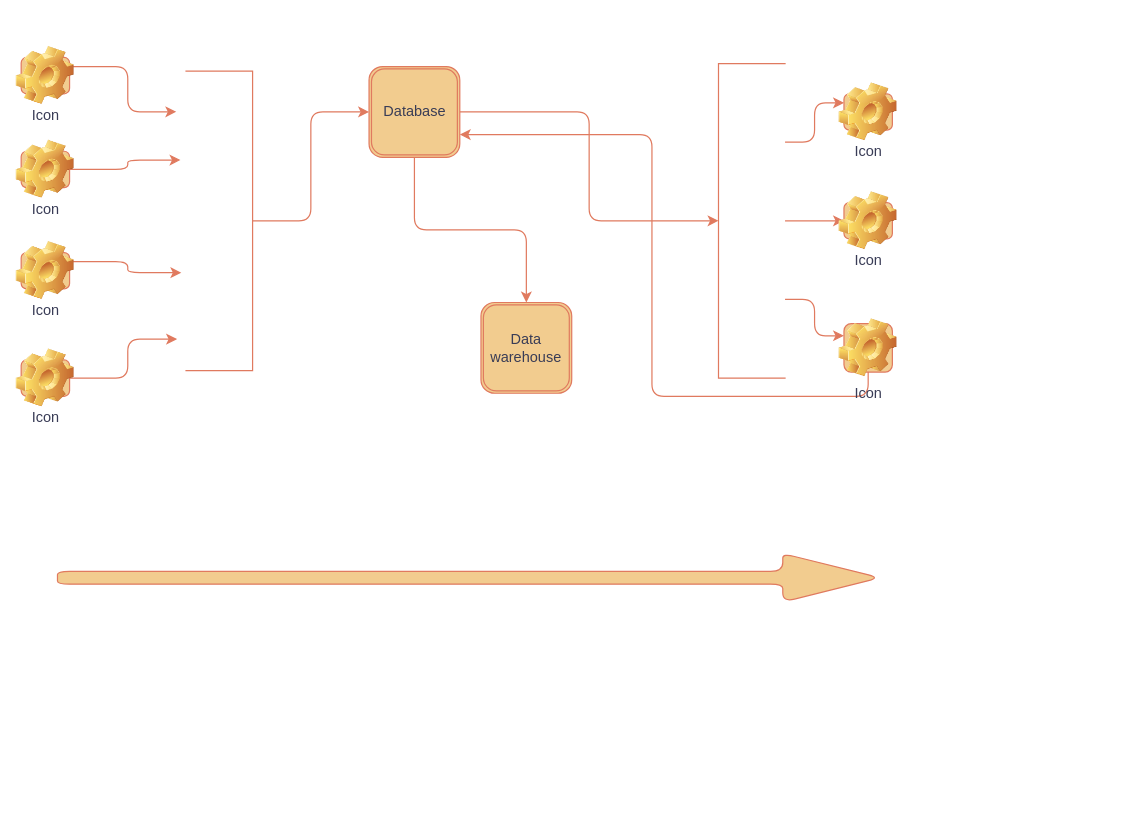
Above: Untitled Diagram.drawio in ANIEKWECHIDERA/RANDS (draw.io), before the change. Source tidied: cells renumbered, new cells numbered last; positions are measured from the earlier drawing's top-left corner, leaving out a move shared by most shapes. Both pictures are drawn from the tidied source at 121%, with x=0, y=0 at pixel (21, 57).
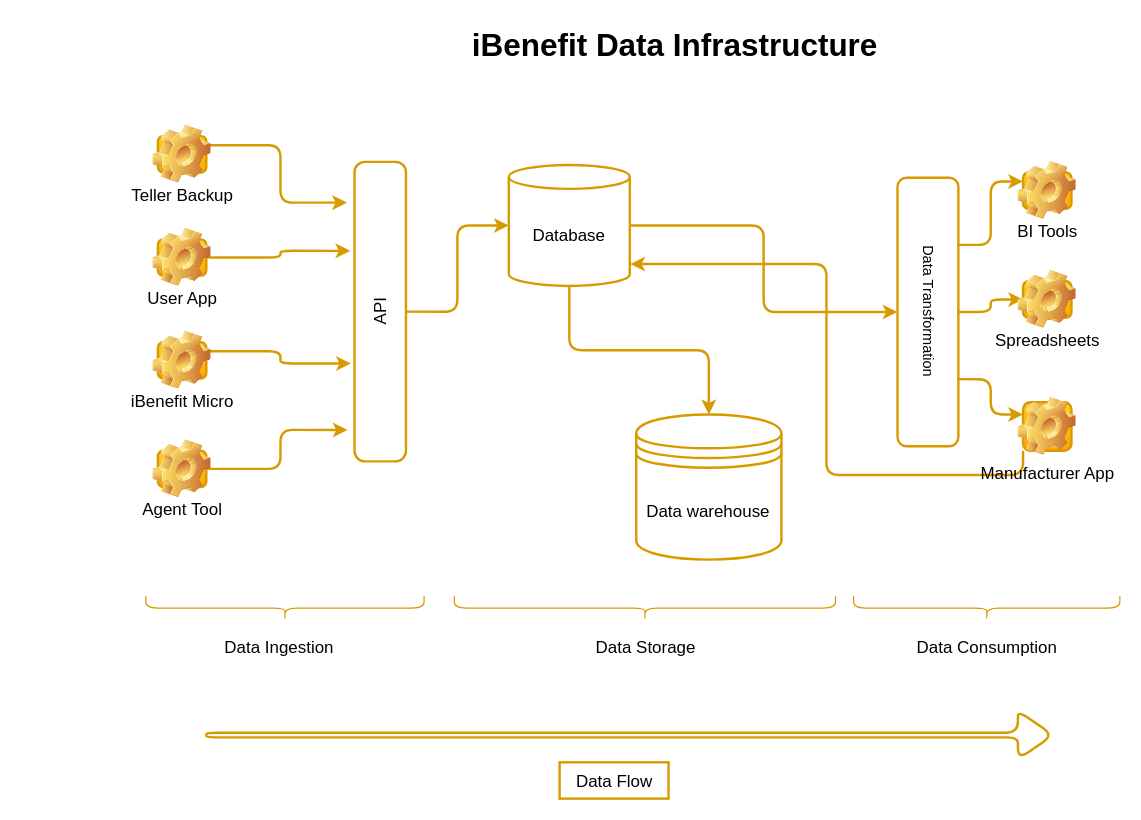
The same page after the edit.

What changed in the source:
```diff
@@
-    <mxCell id="2" style="edgeStyle=orthogonalEdgeStyle;rounded=1;jettySize=auto;html=1;exitX=0.5;exitY=1;exitDx=0;exitDy=0;entryX=0;entryY=0.5;entryDx=0;entryDy=0;labelBackgroundColor=none;strokeColor=#E07A5F;fontColor=default;" parent="1" edge="1" source="3" target="18">
+    <mxCell id="2" style="edgeStyle=orthogonalEdgeStyle;rounded=1;jettySize=auto;html=1;exitX=0.5;exitY=1;exitDx=0;exitDy=0;entryX=0;entryY=0.5;entryDx=0;entryDy=0;labelBackgroundColor=none;fontColor=default;fillColor=#ffcd28;strokeColor=#d79b00;labelBorderColor=none;gradientColor=#ffa500;shadow=0;strokeWidth=2;" parent="1" edge="1" source="3" target="18">
       <mxGeometry relative="1" as="geometry" />
     </mxCell>
-    <mxCell id="3" style="shape=partialRectangle;whiteSpace=wrap;html=1;bottom=1;right=1;left=1;top=0;fillColor=none;routingCenterX=-0.5;rotation=-90;rounded=1;labelBackgroundColor=none;strokeColor=#E07A5F;fontColor=#393C56;" parent="1" vertex="1">
-      <mxGeometry x="40" y="107.5" width="247.5" height="55" as="geometry" />
+    <mxCell id="3" value="&lt;font style=&quot;font-size: 14px;&quot;&gt;API&lt;/font&gt;" style="shape=label;whiteSpace=wrap;html=1;bottom=1;right=1;left=1;top=0;routingCenterX=-0.5;rotation=-90;rounded=1;labelBackgroundColor=none;fillColor=none;strokeColor=#d79b00;labelBorderColor=none;gradientColor=#ffa500;shadow=0;strokeWidth=2;arcSize=20;horizontal=1;" parent="1" vertex="1">
+      <mxGeometry x="173" y="188.8" width="247.5" height="42.5" as="geometry" />
     </mxCell>
-    <mxCell id="4" style="edgeStyle=orthogonalEdgeStyle;rounded=1;jettySize=auto;html=1;exitX=0.75;exitY=0;exitDx=0;exitDy=0;entryX=0;entryY=0.25;entryDx=0;entryDy=0;labelBackgroundColor=none;strokeColor=#E07A5F;fontColor=default;" parent="1" edge="1" source="7" target="22">
+    <mxCell id="4" style="edgeStyle=orthogonalEdgeStyle;rounded=1;jettySize=auto;html=1;exitX=0.75;exitY=0;exitDx=0;exitDy=0;entryX=0;entryY=0.25;entryDx=0;entryDy=0;labelBackgroundColor=none;fontColor=default;fillColor=#ffcd28;strokeColor=#d79b00;labelBorderColor=none;gradientColor=#ffa500;shadow=0;strokeWidth=2;" parent="1" edge="1" source="7" target="22">
       <mxGeometry relative="1" as="geometry" />
     </mxCell>
-    <mxCell id="5" style="edgeStyle=orthogonalEdgeStyle;rounded=1;jettySize=auto;html=1;exitX=0.5;exitY=0;exitDx=0;exitDy=0;entryX=0;entryY=0.5;entryDx=0;entryDy=0;labelBackgroundColor=none;strokeColor=#E07A5F;fontColor=default;" parent="1" edge="1" source="7" target="20">
+    <mxCell id="5" style="edgeStyle=orthogonalEdgeStyle;rounded=1;jettySize=auto;html=1;exitX=0.5;exitY=0;exitDx=0;exitDy=0;entryX=0;entryY=0.5;entryDx=0;entryDy=0;labelBackgroundColor=none;fontColor=default;fillColor=#ffcd28;strokeColor=#d79b00;labelBorderColor=none;gradientColor=#ffa500;shadow=0;strokeWidth=2;" parent="1" edge="1" source="7" target="20">
       <mxGeometry relative="1" as="geometry" />
     </mxCell>
-    <mxCell id="6" style="edgeStyle=orthogonalEdgeStyle;rounded=1;jettySize=auto;html=1;exitX=0.25;exitY=0;exitDx=0;exitDy=0;entryX=0;entryY=0.25;entryDx=0;entryDy=0;labelBackgroundColor=none;strokeColor=#E07A5F;fontColor=default;" parent="1" edge="1" source="7" target="19">
+    <mxCell id="6" style="edgeStyle=orthogonalEdgeStyle;rounded=1;jettySize=auto;html=1;exitX=0.25;exitY=0;exitDx=0;exitDy=0;entryX=0;entryY=0.25;entryDx=0;entryDy=0;labelBackgroundColor=none;fontColor=default;fillColor=#ffcd28;strokeColor=#d79b00;labelBorderColor=none;gradientColor=#ffa500;shadow=0;strokeWidth=2;" parent="1" edge="1" source="7" target="19">
       <mxGeometry relative="1" as="geometry" />
     </mxCell>
-    <mxCell id="7" style="shape=partialRectangle;whiteSpace=wrap;html=1;bottom=1;right=1;left=1;top=0;fillColor=none;routingCenterX=-0.5;rotation=90;rounded=1;labelBackgroundColor=none;strokeColor=#E07A5F;fontColor=#393C56;" parent="1" vertex="1">
-      <mxGeometry x="473.8" y="107.5" width="260" height="55" as="geometry" />
+    <mxCell id="7" value="&lt;p style=&quot;line-height: 120%;&quot;&gt;Data Transformation&lt;/p&gt;" style="shape=label;whiteSpace=wrap;html=1;bottom=1;right=1;left=1;top=0;routingCenterX=-0.5;rotation=90;rounded=1;labelBackgroundColor=none;fillColor=none;strokeColor=#d79b00;labelBorderColor=none;gradientColor=#ffa500;shadow=0;strokeWidth=2;fontColor=default;textDirection=rtl;labelPosition=center;verticalLabelPosition=middle;align=center;verticalAlign=middle;horizontal=1;flipV=1;flipH=0;" parent="1" vertex="1">
+      <mxGeometry x="638.4" y="185.2" width="222" height="50.3" as="geometry" />
     </mxCell>
-    <mxCell id="8" style="edgeStyle=orthogonalEdgeStyle;rounded=1;jettySize=auto;html=1;exitX=1;exitY=0.25;exitDx=0;exitDy=0;entryX=0.864;entryY=-0.147;entryDx=0;entryDy=0;entryPerimeter=0;labelBackgroundColor=none;strokeColor=#E07A5F;fontColor=default;" parent="1" edge="1" source="9" target="3">
+    <mxCell id="8" style="edgeStyle=orthogonalEdgeStyle;rounded=1;jettySize=auto;html=1;exitX=1;exitY=0.25;exitDx=0;exitDy=0;entryX=0.864;entryY=-0.147;entryDx=0;entryDy=0;entryPerimeter=0;labelBackgroundColor=none;fontColor=default;fillColor=#ffcd28;strokeColor=#d79b00;labelBorderColor=none;gradientColor=#ffa500;shadow=0;strokeWidth=2;" parent="1" edge="1" source="9" target="3">
       <mxGeometry relative="1" as="geometry" />
     </mxCell>
-    <mxCell id="9" value="Icon" style="icon;html=1;image=img/clipart/Gear_128x128.png;labelBackgroundColor=none;fillColor=#F2CC8F;strokeColor=#E07A5F;fontColor=#393C56;" parent="1" vertex="1">
-      <mxGeometry width="40" height="30" as="geometry" />
+    <mxCell id="9" value="&lt;font style=&quot;font-size: 14px;&quot;&gt;Teller Backup&lt;/font&gt;" style="icon;html=1;image=img/clipart/Gear_128x128.png;labelBackgroundColor=none;fillColor=#ffcd28;strokeColor=#d79b00;labelBorderColor=none;gradientColor=#ffa500;shadow=0;strokeWidth=2;" parent="1" vertex="1">
+      <mxGeometry x="113" y="65" width="40" height="30" as="geometry" />
     </mxCell>
-    <mxCell id="10" style="edgeStyle=orthogonalEdgeStyle;rounded=1;jettySize=auto;html=1;exitX=1;exitY=0.5;exitDx=0;exitDy=0;entryX=0.703;entryY=-0.084;entryDx=0;entryDy=0;entryPerimeter=0;labelBackgroundColor=none;strokeColor=#E07A5F;fontColor=default;" parent="1" edge="1" source="11" target="3">
+    <mxCell id="10" style="edgeStyle=orthogonalEdgeStyle;rounded=1;jettySize=auto;html=1;exitX=1;exitY=0.5;exitDx=0;exitDy=0;entryX=0.703;entryY=-0.084;entryDx=0;entryDy=0;entryPerimeter=0;labelBackgroundColor=none;fontColor=default;fillColor=#ffcd28;strokeColor=#d79b00;labelBorderColor=none;gradientColor=#ffa500;shadow=0;strokeWidth=2;" parent="1" edge="1" source="11" target="3">
       <mxGeometry relative="1" as="geometry" />
     </mxCell>
-    <mxCell id="11" value="Icon" style="icon;html=1;image=img/clipart/Gear_128x128.png;labelBackgroundColor=none;fillColor=#F2CC8F;strokeColor=#E07A5F;fontColor=#393C56;" parent="1" vertex="1">
-      <mxGeometry y="77.5" width="40" height="30" as="geometry" />
+    <mxCell id="11" value="&lt;font style=&quot;font-size: 14px;&quot;&gt;User App&lt;/font&gt;" style="icon;html=1;image=img/clipart/Gear_128x128.png;labelBackgroundColor=none;fillColor=#ffcd28;strokeColor=#d79b00;labelBorderColor=none;gradientColor=#ffa500;shadow=0;strokeWidth=2;" parent="1" vertex="1">
+      <mxGeometry x="113" y="150.3" width="40" height="30" as="geometry" />
     </mxCell>
-    <mxCell id="12" style="edgeStyle=orthogonalEdgeStyle;rounded=1;jettySize=auto;html=1;exitX=1;exitY=0.25;exitDx=0;exitDy=0;entryX=0.327;entryY=-0.071;entryDx=0;entryDy=0;entryPerimeter=0;labelBackgroundColor=none;strokeColor=#E07A5F;fontColor=default;" parent="1" edge="1" source="13" target="3">
+    <mxCell id="12" style="edgeStyle=orthogonalEdgeStyle;rounded=1;jettySize=auto;html=1;exitX=1;exitY=0.25;exitDx=0;exitDy=0;entryX=0.327;entryY=-0.071;entryDx=0;entryDy=0;entryPerimeter=0;labelBackgroundColor=none;fontColor=default;fillColor=#ffcd28;strokeColor=#d79b00;labelBorderColor=none;gradientColor=#ffa500;shadow=0;strokeWidth=2;" parent="1" edge="1" source="13" target="3">
       <mxGeometry relative="1" as="geometry" />
     </mxCell>
-    <mxCell id="13" value="Icon" style="icon;html=1;image=img/clipart/Gear_128x128.png;labelBackgroundColor=none;fillColor=#F2CC8F;strokeColor=#E07A5F;fontColor=#393C56;" parent="1" vertex="1">
-      <mxGeometry y="161.2" width="40" height="30" as="geometry" />
+    <mxCell id="13" value="&lt;font style=&quot;font-size: 14px;&quot;&gt;iBenefit Micro&lt;/font&gt;" style="icon;html=1;image=img/clipart/Gear_128x128.png;labelBackgroundColor=none;fillColor=#ffcd28;strokeColor=#d79b00;labelBorderColor=none;gradientColor=#ffa500;shadow=0;strokeWidth=2;" parent="1" vertex="1">
+      <mxGeometry x="113" y="235.3" width="40" height="30" as="geometry" />
     </mxCell>
-    <mxCell id="14" style="edgeStyle=orthogonalEdgeStyle;rounded=1;jettySize=auto;html=1;exitX=1;exitY=0.5;exitDx=0;exitDy=0;entryX=0.105;entryY=-0.135;entryDx=0;entryDy=0;entryPerimeter=0;labelBackgroundColor=none;strokeColor=#E07A5F;fontColor=default;" parent="1" edge="1" source="15" target="3">
+    <mxCell id="14" style="edgeStyle=orthogonalEdgeStyle;rounded=1;jettySize=auto;html=1;exitX=1;exitY=0.5;exitDx=0;exitDy=0;entryX=0.105;entryY=-0.135;entryDx=0;entryDy=0;entryPerimeter=0;labelBackgroundColor=none;fontColor=default;fillColor=#ffcd28;strokeColor=#d79b00;labelBorderColor=none;gradientColor=#ffa500;shadow=0;strokeWidth=2;" parent="1" edge="1" source="15" target="3">
       <mxGeometry relative="1" as="geometry" />
     </mxCell>
-    <mxCell id="15" value="Icon" style="icon;html=1;image=img/clipart/Gear_128x128.png;labelBackgroundColor=none;fillColor=#F2CC8F;strokeColor=#E07A5F;fontColor=#393C56;" parent="1" vertex="1">
-      <mxGeometry y="250" width="40" height="30" as="geometry" />
+    <mxCell id="15" value="&lt;font style=&quot;font-size: 14px;&quot;&gt;Agent Tool&lt;/font&gt;" style="icon;html=1;image=img/clipart/Gear_128x128.png;labelBackgroundColor=none;fillColor=#ffcd28;strokeColor=#d79b00;labelBorderColor=none;gradientColor=#ffa500;shadow=0;strokeWidth=2;" parent="1" vertex="1">
+      <mxGeometry x="113" y="325" width="40" height="30" as="geometry" />
     </mxCell>
-    <mxCell id="16" style="edgeStyle=orthogonalEdgeStyle;rounded=1;jettySize=auto;html=1;exitX=1;exitY=0.5;exitDx=0;exitDy=0;entryX=0.5;entryY=1;entryDx=0;entryDy=0;labelBackgroundColor=none;strokeColor=#E07A5F;fontColor=default;" parent="1" edge="1" source="18" target="7">
+    <mxCell id="16" style="edgeStyle=orthogonalEdgeStyle;rounded=1;jettySize=auto;html=1;exitX=1;exitY=0.5;exitDx=0;exitDy=0;entryX=0.5;entryY=1;entryDx=0;entryDy=0;labelBackgroundColor=none;fontColor=default;fillColor=#ffcd28;strokeColor=#d79b00;labelBorderColor=none;gradientColor=#ffa500;shadow=0;strokeWidth=2;" parent="1" edge="1" source="18" target="7">
       <mxGeometry relative="1" as="geometry" />
     </mxCell>
-    <mxCell id="17" style="edgeStyle=orthogonalEdgeStyle;rounded=1;jettySize=auto;html=1;exitX=0.5;exitY=1;exitDx=0;exitDy=0;entryX=0.5;entryY=0;entryDx=0;entryDy=0;labelBackgroundColor=none;strokeColor=#E07A5F;fontColor=default;" parent="1" edge="1" source="18" target="23">
+    <mxCell id="17" style="edgeStyle=orthogonalEdgeStyle;rounded=1;jettySize=auto;html=1;exitX=0.5;exitY=1;exitDx=0;exitDy=0;entryX=0.5;entryY=0;entryDx=0;entryDy=0;labelBackgroundColor=none;fontColor=default;fillColor=#ffcd28;strokeColor=#d79b00;labelBorderColor=none;gradientColor=#ffa500;shadow=0;strokeWidth=2;" parent="1" edge="1" source="18" target="23">
       <mxGeometry relative="1" as="geometry" />
     </mxCell>
-    <mxCell id="18" value="Database" style="shape=ext;double=1;whiteSpace=wrap;html=1;rounded=1;labelBackgroundColor=none;fillColor=#F2CC8F;strokeColor=#E07A5F;fontColor=#393C56;" parent="1" vertex="1">
-      <mxGeometry x="287.5" y="7.5" width="75" height="75" as="geometry" />
+    <mxCell id="18" value="&lt;font style=&quot;font-size: 14px;&quot;&gt;Database&lt;/font&gt;" style="shape=cylinder3;double=1;whiteSpace=wrap;html=1;rounded=1;labelBackgroundColor=none;arcSize=7;boundedLbl=1;backgroundOutline=1;size=9.900009155273438;fillColor=none;strokeColor=#d79b00;labelBorderColor=none;gradientColor=#ffa500;shadow=0;strokeWidth=2;" parent="1" vertex="1">
+      <mxGeometry x="403" y="88.8" width="100" height="100" as="geometry" />
     </mxCell>
-    <mxCell id="19" value="Icon" style="icon;html=1;image=img/clipart/Gear_128x128.png;labelBackgroundColor=none;fillColor=#F2CC8F;strokeColor=#E07A5F;fontColor=#393C56;" parent="1" vertex="1">
-      <mxGeometry x="680" y="30" width="40" height="30" as="geometry" />
+    <mxCell id="19" value="&lt;font style=&quot;font-size: 14px;&quot;&gt;BI Tools&lt;/font&gt;" style="icon;html=1;image=img/clipart/Gear_128x128.png;labelBackgroundColor=none;fillColor=#ffcd28;strokeColor=#d79b00;labelBorderColor=none;gradientColor=#ffa500;shadow=0;strokeWidth=2;" parent="1" vertex="1">
+      <mxGeometry x="828" y="95" width="40" height="30" as="geometry" />
     </mxCell>
-    <mxCell id="20" value="Icon" style="icon;html=1;image=img/clipart/Gear_128x128.png;labelBackgroundColor=none;fillColor=#F2CC8F;strokeColor=#E07A5F;fontColor=#393C56;" parent="1" vertex="1">
-      <mxGeometry x="680" y="120" width="40" height="30" as="geometry" />
+    <mxCell id="20" value="&lt;font style=&quot;font-size: 14px;&quot;&gt;Spreadsheets&lt;/font&gt;" style="icon;html=1;image=img/clipart/Gear_128x128.png;labelBackgroundColor=none;fillColor=#ffcd28;strokeColor=#d79b00;labelBorderColor=none;gradientColor=#ffa500;shadow=0;strokeWidth=2;" parent="1" vertex="1">
+      <mxGeometry x="828" y="185" width="40" height="30" as="geometry" />
     </mxCell>
-    <mxCell id="21" style="edgeStyle=orthogonalEdgeStyle;rounded=1;jettySize=auto;html=1;exitX=0.5;exitY=1;exitDx=0;exitDy=0;entryX=1;entryY=0.75;entryDx=0;entryDy=0;labelBackgroundColor=none;strokeColor=#E07A5F;fontColor=default;" parent="1" edge="1" source="22" target="18">
+    <mxCell id="21" style="edgeStyle=orthogonalEdgeStyle;rounded=1;jettySize=auto;html=1;exitX=0;exitY=1;exitDx=0;exitDy=0;entryX=1.004;entryY=0.819;entryDx=0;entryDy=0;entryPerimeter=0;fillColor=#ffe6cc;strokeColor=#d79b00;strokeWidth=2;" parent="1" edge="1" source="22" target="18">
       <mxGeometry relative="1" as="geometry" />
     </mxCell>
-    <mxCell id="22" value="Icon" style="icon;html=1;image=img/clipart/Gear_128x128.png;labelBackgroundColor=none;fillColor=#F2CC8F;strokeColor=#E07A5F;fontColor=#393C56;" parent="1" vertex="1">
-      <mxGeometry x="680" y="220" width="40" height="40" as="geometry" />
+    <mxCell id="22" value="&lt;font style=&quot;font-size: 14px;&quot;&gt;Manufacturer App&lt;/font&gt;" style="icon;html=1;image=img/clipart/Gear_128x128.png;labelBackgroundColor=none;fillColor=#ffcd28;strokeColor=#d79b00;labelBorderColor=none;gradientColor=#ffa500;shadow=0;strokeWidth=2;" parent="1" vertex="1">
+      <mxGeometry x="828" y="285" width="40" height="40" as="geometry" />
     </mxCell>
-    <mxCell id="23" value="Data warehouse" style="shape=ext;double=1;whiteSpace=wrap;html=1;rounded=1;labelBackgroundColor=none;fillColor=#F2CC8F;strokeColor=#E07A5F;fontColor=#393C56;" parent="1" vertex="1">
-      <mxGeometry x="380" y="202.5" width="75" height="75" as="geometry" />
+    <mxCell id="23" value="&lt;font style=&quot;font-size: 14px;&quot;&gt;Data warehouse&lt;/font&gt;" style="shape=datastore;double=1;whiteSpace=wrap;html=1;rounded=1;labelBackgroundColor=none;arcSize=9;fillStyle=auto;boundedLbl=1;backgroundOutline=1;size=15;fillColor=none;strokeColor=#d79b00;labelBorderColor=none;gradientColor=#ffa500;shadow=0;strokeWidth=2;" parent="1" vertex="1">
+      <mxGeometry x="508.3" y="295" width="120" height="120" as="geometry" />
     </mxCell>
-    <mxCell id="24" style="shape=singleArrow;whiteSpace=wrap;html=1;arrowWidth=0.2642830984932914;arrowSize=0.11848734366793595;rounded=1;labelBackgroundColor=none;fillColor=#F2CC8F;strokeColor=#E07A5F;fontColor=#393C56;" parent="1" vertex="1">
-      <mxGeometry x="30" y="410" width="680" height="40" as="geometry" />
+    <mxCell id="24" style="shape=singleArrow;whiteSpace=wrap;html=1;arrowWidth=0.09519882202148437;arrowSize=0.04178327287946428;rounded=1;labelBackgroundColor=none;fillColor=default;strokeColor=#d79b00;labelBorderColor=none;gradientColor=none;shadow=0;strokeWidth=2;horizontal=1;" parent="1" vertex="1">
+      <mxGeometry x="153" y="540" width="700" height="40" as="geometry" />
     </mxCell>
+    <mxCell id="25" value="&lt;font style=&quot;font-size: 14px;&quot;&gt;Data Flow&lt;/font&gt;" style="text;html=1;align=center;verticalAlign=middle;fillColor=none;strokeColor=#d79b00;labelBorderColor=none;gradientColor=#ffa500;shadow=0;strokeWidth=2;" parent="1" vertex="1">
+      <mxGeometry x="445" y="582.5" width="90" height="30" as="geometry" />
+    </mxCell>
+    <mxCell id="26" style="edgeStyle=orthogonalEdgeStyle;rounded=0;orthogonalLoop=1;jettySize=auto;html=1;exitX=0.5;exitY=1;exitDx=0;exitDy=0;" parent="1" edge="1" source="9" target="9">
+      <mxGeometry relative="1" as="geometry" />
+    </mxCell>
+    <mxCell id="27" style="shape=curlyBracket;whiteSpace=wrap;html=1;rounded=1;flipH=1;labelPosition=right;verticalLabelPosition=middle;align=left;verticalAlign=middle;rotation=90;fillColor=#ffe6cc;strokeColor=#d79b00;gradientColor=none;" parent="1" vertex="1">
+      <mxGeometry x="208" y="340" width="20" height="230" as="geometry" />
+    </mxCell>
+    <mxCell id="28" value="&lt;font style=&quot;font-size: 14px;&quot;&gt;Data Ingestion&lt;/font&gt;" style="text;html=1;align=center;verticalAlign=middle;strokeColor=none;fillColor=none;" parent="1" vertex="1">
+      <mxGeometry x="158" y="473" width="110" height="30" as="geometry" />
+    </mxCell>
+    <mxCell id="29" style="shape=curlyBracket;whiteSpace=wrap;html=1;rounded=1;flipH=1;labelPosition=right;verticalLabelPosition=middle;align=left;verticalAlign=middle;rotation=90;fillColor=#ffe6cc;strokeColor=#d79b00;gradientColor=none;" parent="1" vertex="1">
+      <mxGeometry x="505.5" y="297.5" width="20" height="315" as="geometry" />
+    </mxCell>
+    <mxCell id="30" value="&lt;font style=&quot;font-size: 14px;&quot;&gt;Data Storage&lt;/font&gt;" style="text;html=1;align=center;verticalAlign=middle;strokeColor=none;fillColor=none;" parent="1" vertex="1">
+      <mxGeometry x="460.5" y="473" width="110" height="30" as="geometry" />
+    </mxCell>
+    <mxCell id="31" value="&lt;font style=&quot;font-size: 14px;&quot;&gt;Data Consumption&lt;/font&gt;" style="text;html=1;align=center;verticalAlign=middle;strokeColor=none;fillColor=none;" parent="1" vertex="1">
+      <mxGeometry x="728" y="473" width="140" height="30" as="geometry" />
+    </mxCell>
+    <mxCell id="32" style="shape=curlyBracket;whiteSpace=wrap;html=1;rounded=1;flipH=1;labelPosition=right;verticalLabelPosition=middle;align=left;verticalAlign=middle;rotation=90;fillColor=#ffe6cc;strokeColor=#d79b00;gradientColor=none;" parent="1" vertex="1">
+      <mxGeometry x="788" y="345" width="20" height="220" as="geometry" />
+    </mxCell>
+    <mxCell id="33" value="&lt;font style=&quot;font-size: 26px;&quot;&gt;iBenefit Data Infrastructure&lt;/font&gt;" style="text;strokeColor=none;fillColor=none;html=1;fontSize=24;fontStyle=1;verticalAlign=middle;align=center;" parent="1" vertex="1">
+      <mxGeometry x="490" y="-30" width="100" height="40" as="geometry" />
+    </mxCell>
```
